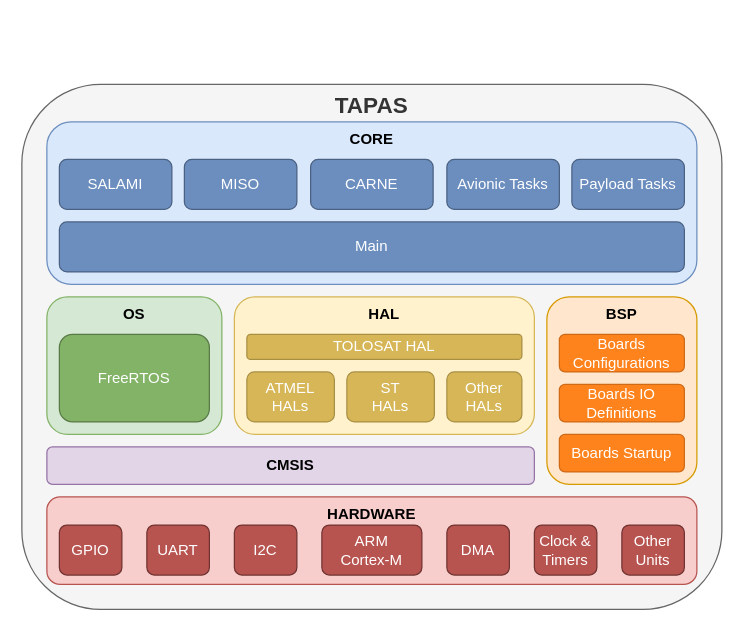
The draw.io diagram doc/images/Organization_Graph.drawio in TOLOSAT/flight-software, before the edit. Source tidied: cells renumbered, new cells numbered last; positions are measured from the earlier drawing's top-left corner, leaving out a move shared by most shapes. Both pictures are drawn from the tidied source at 125%, with x=0, y=0 at pixel (21, 84).
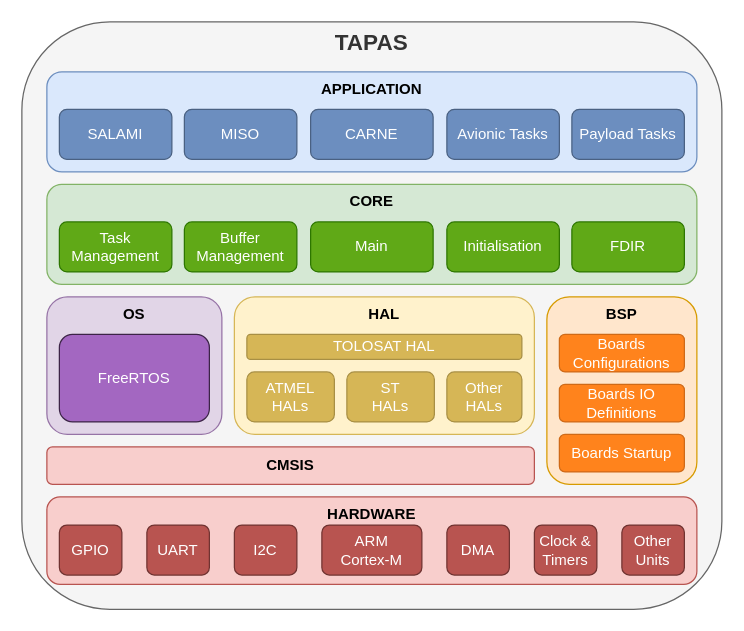
Above is the later version.

The edit, as a diff of the source:
```diff
@@
     <mxCell id="2" value="&lt;font size=&quot;1&quot;&gt;&lt;b&gt;&lt;font style=&quot;font-size: 18px;&quot;&gt;TAPAS&lt;/font&gt;&lt;/b&gt;&lt;/font&gt;" style="rounded=1;whiteSpace=wrap;html=1;fillColor=#f5f5f5;fontColor=#333333;strokeColor=#666666;horizontal=1;verticalAlign=top;" parent="1" vertex="1">
-      <mxGeometry width="560" height="420" as="geometry" />
+      <mxGeometry y="-50" width="560" height="470" as="geometry" />
     </mxCell>
+    <mxCell id="30" value="&lt;b&gt;APPLICATION&lt;/b&gt;" style="rounded=1;whiteSpace=wrap;html=1;fillColor=#dae8fc;strokeColor=#6c8ebf;verticalAlign=top;" parent="1" vertex="1">
+      <mxGeometry x="20" y="-10" width="520" height="80" as="geometry" />
+    </mxCell>
@@
-    <mxCell id="9" value="&lt;b&gt;CMSIS&lt;/b&gt;" style="rounded=1;whiteSpace=wrap;html=1;fillColor=#e1d5e7;strokeColor=#9673a6;" parent="1" vertex="1">
+    <mxCell id="9" value="&lt;b&gt;CMSIS&lt;/b&gt;" style="rounded=1;whiteSpace=wrap;html=1;fillColor=#f8cecc;strokeColor=#b85450;" parent="1" vertex="1">
       <mxGeometry x="20" y="290" width="390" height="30" as="geometry" />
     </mxCell>
@@
-    <mxCell id="11" value="&lt;b&gt;OS&lt;/b&gt;" style="rounded=1;whiteSpace=wrap;html=1;verticalAlign=top;fillColor=#d5e8d4;strokeColor=#82b366;" parent="1" vertex="1">
+    <mxCell id="11" value="&lt;b&gt;OS&lt;/b&gt;" style="rounded=1;whiteSpace=wrap;html=1;verticalAlign=top;fillColor=#e1d5e7;strokeColor=#9673a6;" parent="1" vertex="1">
       <mxGeometry x="20" y="170" width="140" height="110" as="geometry" />
     </mxCell>
-    <mxCell id="12" value="FreeRTOS" style="rounded=1;whiteSpace=wrap;html=1;fillColor=#82B366;strokeColor=#597A46;fontColor=#FFFFFF;" parent="1" vertex="1">
+    <mxCell id="12" value="FreeRTOS" style="rounded=1;whiteSpace=wrap;html=1;fillColor=#a367c1;strokeColor=#3c2447;fontColor=#ffffff;" parent="1" vertex="1">
       <mxGeometry x="30" y="200" width="120" height="70" as="geometry" />
     </mxCell>
@@
-    <mxCell id="17" value="&lt;b&gt;CORE&lt;/b&gt;" style="rounded=1;whiteSpace=wrap;html=1;fillColor=#dae8fc;strokeColor=#6c8ebf;verticalAlign=top;" parent="1" vertex="1">
-      <mxGeometry x="20" y="30" width="520" height="130" as="geometry" />
+    <mxCell id="17" value="&lt;b&gt;CORE&lt;/b&gt;" style="rounded=1;whiteSpace=wrap;html=1;fillColor=#d5e8d4;strokeColor=#82b366;verticalAlign=top;" parent="1" vertex="1">
+      <mxGeometry x="20" y="80" width="520" height="80" as="geometry" />
     </mxCell>
-    <mxCell id="18" value="Main" style="rounded=1;whiteSpace=wrap;html=1;fillColor=#6C8EBF;strokeColor=#4A6182;fontColor=#ffffff;" parent="1" vertex="1">
-      <mxGeometry x="30" y="110" width="500" height="40" as="geometry" />
-    </mxCell>
@@
     <mxCell id="25" value="CARNE" style="rounded=1;whiteSpace=wrap;html=1;fillColor=#6C8EBF;strokeColor=#4A6182;fontColor=#ffffff;" parent="1" vertex="1">
-      <mxGeometry x="231" y="60" width="98" height="40" as="geometry" />
+      <mxGeometry x="231" y="20" width="98" height="40" as="geometry" />
     </mxCell>
     <mxCell id="26" value="SALAMI" style="rounded=1;whiteSpace=wrap;html=1;fillColor=#6C8EBF;strokeColor=#4A6182;fontColor=#ffffff;" parent="1" vertex="1">
-      <mxGeometry x="30" y="60" width="90" height="40" as="geometry" />
+      <mxGeometry x="30" y="20" width="90" height="40" as="geometry" />
     </mxCell>
     <mxCell id="27" value="MISO" style="rounded=1;whiteSpace=wrap;html=1;fillColor=#6C8EBF;strokeColor=#4A6182;fontColor=#ffffff;" parent="1" vertex="1">
-      <mxGeometry x="130" y="60" width="90" height="40" as="geometry" />
+      <mxGeometry x="130" y="20" width="90" height="40" as="geometry" />
     </mxCell>
     <mxCell id="28" value="Payload Tasks" style="rounded=1;whiteSpace=wrap;html=1;fillColor=#6C8EBF;strokeColor=#4A6182;fontColor=#ffffff;" parent="1" vertex="1">
-      <mxGeometry x="440" y="60" width="90" height="40" as="geometry" />
+      <mxGeometry x="440" y="20" width="90" height="40" as="geometry" />
     </mxCell>
     <mxCell id="29" value="Avionic Tasks" style="rounded=1;whiteSpace=wrap;html=1;fillColor=#6C8EBF;strokeColor=#4A6182;fontColor=#ffffff;" parent="1" vertex="1">
-      <mxGeometry x="340" y="60" width="90" height="40" as="geometry" />
+      <mxGeometry x="340" y="20" width="90" height="40" as="geometry" />
     </mxCell>
+    <mxCell id="18" value="Main" style="rounded=1;whiteSpace=wrap;html=1;fillColor=#60a917;strokeColor=#2D7600;fontColor=#ffffff;" parent="1" vertex="1">
+      <mxGeometry x="231" y="110" width="98" height="40" as="geometry" />
+    </mxCell>
+    <mxCell id="31" value="Task Management" style="rounded=1;whiteSpace=wrap;html=1;fillColor=#60a917;strokeColor=#2D7600;fontColor=#ffffff;" parent="1" vertex="1">
+      <mxGeometry x="30" y="110" width="90" height="40" as="geometry" />
+    </mxCell>
+    <mxCell id="32" value="Buffer Management" style="rounded=1;whiteSpace=wrap;html=1;fillColor=#60a917;strokeColor=#2D7600;fontColor=#ffffff;" parent="1" vertex="1">
+      <mxGeometry x="130" y="110" width="90" height="40" as="geometry" />
+    </mxCell>
+    <mxCell id="33" value="FDIR" style="rounded=1;whiteSpace=wrap;html=1;fillColor=#60a917;strokeColor=#2D7600;fontColor=#ffffff;" parent="1" vertex="1">
+      <mxGeometry x="440" y="110" width="90" height="40" as="geometry" />
+    </mxCell>
+    <mxCell id="34" value="Initialisation" style="rounded=1;whiteSpace=wrap;html=1;fillColor=#60a917;strokeColor=#2D7600;fontColor=#ffffff;" parent="1" vertex="1">
+      <mxGeometry x="340" y="110" width="90" height="40" as="geometry" />
+    </mxCell>
```
